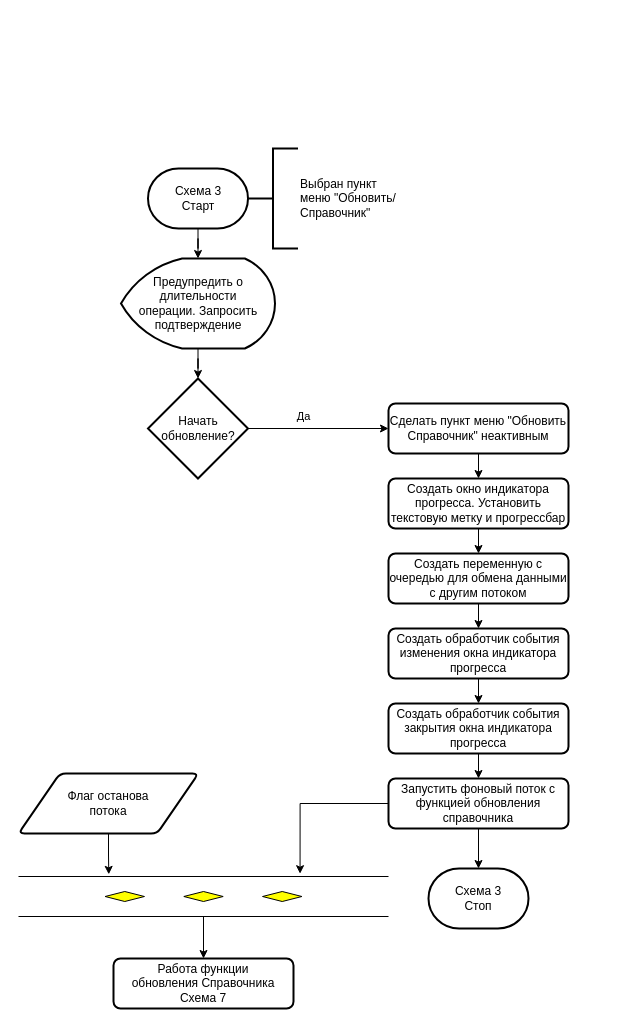
Above: Алгоритмы/crypto_total_upd_a.drawio in Alexandr-Pidkasisty/Diplom_work (draw.io), before the change. Source tidied: cells renumbered, new cells numbered last; positions are measured from the earlier drawing's top-left corner, leaving out a move shared by most shapes. Both pictures are drawn from the tidied source at 100%, with x=0, y=0 at pixel (18, 148).
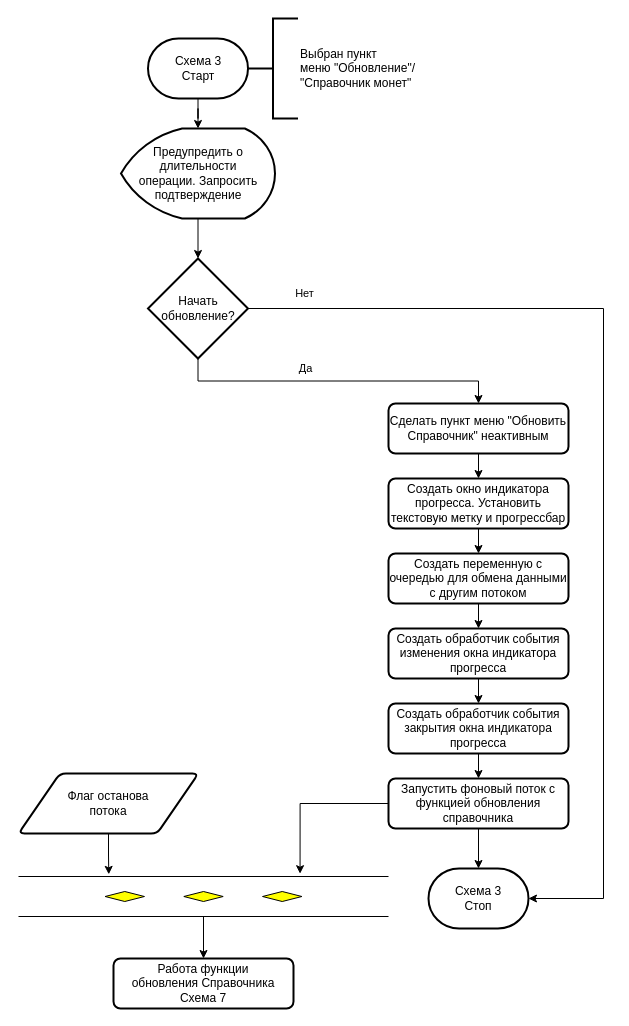
Above is the later version.

Unchanged cells that the change refers to:
```xml
<mxCell id="11" value="Сделать пункт меню &quot;Обновить Справочник&quot; неактивным" style="rounded=1;whiteSpace=wrap;html=1;absoluteArcSize=1;arcSize=14;strokeWidth=2;" parent="1" vertex="1">
  <mxGeometry x="370" y="255" width="180" height="50" as="geometry" />
</mxCell>
<mxCell id="24" value="Схема 3&lt;div&gt;Стоп&lt;/div&gt;" style="strokeWidth=2;html=1;shape=mxgraph.flowchart.terminator;whiteSpace=wrap;" parent="1" vertex="1">
  <mxGeometry x="410" y="720" width="100" height="60" as="geometry" />
</mxCell>
```

What changed in the source:
```diff
@@
     <mxCell id="3" value="Схема 3&lt;div&gt;Старт&lt;/div&gt;" style="strokeWidth=2;html=1;shape=mxgraph.flowchart.terminator;whiteSpace=wrap;" parent="1" vertex="1">
-      <mxGeometry x="129.5" y="20" width="100" height="60" as="geometry" />
+      <mxGeometry x="129.5" y="-110" width="100" height="60" as="geometry" />
     </mxCell>
-    <mxCell id="4" value="Выбран пункт&lt;div&gt;меню &quot;Обновить/&lt;/div&gt;&lt;div&gt;Справочник&quot;&lt;/div&gt;" style="strokeWidth=2;html=1;shape=mxgraph.flowchart.annotation_2;align=left;labelPosition=right;labelPerimeter=1;" parent="1" vertex="1">
-      <mxGeometry x="229.5" width="50" height="100" as="geometry" />
+    <mxCell id="4" value="Выбран пункт&lt;div&gt;меню &quot;Обновление&quot;/&lt;/div&gt;&lt;div&gt;&quot;Справочник монет&quot;&lt;/div&gt;" style="strokeWidth=2;html=1;shape=mxgraph.flowchart.annotation_2;align=left;labelPosition=right;labelPerimeter=1;" parent="1" vertex="1">
+      <mxGeometry x="229.5" y="-130" width="50" height="100" as="geometry" />
     </mxCell>
@@
     <mxCell id="6" value="Предупредить о длительности&lt;div&gt;операции. Запросить подтверждение&lt;/div&gt;" style="strokeWidth=2;html=1;shape=mxgraph.flowchart.display;whiteSpace=wrap;" parent="1" vertex="1">
-      <mxGeometry x="102.5" y="110" width="154" height="90" as="geometry" />
+      <mxGeometry x="102.5" y="-20" width="154" height="90" as="geometry" />
     </mxCell>
-    <mxCell id="7" style="edgeStyle=orthogonalEdgeStyle;rounded=0;jettySize=auto;html=1;defaultLabelBackgroundColor=page;" parent="1" edge="1" source="9" target="11">
+    <mxCell id="7" style="edgeStyle=orthogonalEdgeStyle;rounded=0;jettySize=auto;html=1;defaultLabelBackgroundColor=page;exitX=0.5;exitY=1;exitDx=0;exitDy=0;exitPerimeter=0;" parent="1" edge="1" source="9" target="11">
       <mxGeometry relative="1" as="geometry" />
     </mxCell>
@@
     <mxCell id="9" value="Начать обновление?" style="strokeWidth=2;html=1;shape=mxgraph.flowchart.decision;whiteSpace=wrap;" parent="1" vertex="1">
-      <mxGeometry x="129.5" y="230" width="100" height="100" as="geometry" />
+      <mxGeometry x="129.5" y="110" width="100" height="100" as="geometry" />
     </mxCell>
@@
+    <mxCell id="29" style="edgeStyle=orthogonalEdgeStyle;rounded=0;jettySize=auto;html=1;entryX=1;entryY=0.5;entryDx=0;entryDy=0;entryPerimeter=0;defaultLabelBackgroundColor=page;" parent="1" edge="1" source="9" target="24">
+      <mxGeometry relative="1" as="geometry">
+        <Array as="points">
+          <mxPoint x="585" y="160" />
+          <mxPoint x="585" y="750" />
+        </Array>
+      </mxGeometry>
+    </mxCell>
+    <mxCell id="30" value="Нет" style="edgeLabel;html=1;align=center;verticalAlign=middle;inheritText=1;defaultLabelBackgroundColor=page;" parent="29" vertex="1">
+      <mxGeometry x="-0.9" y="-4" relative="1" as="geometry">
+        <mxPoint x="5" y="-20" as="offset" />
+      </mxGeometry>
+    </mxCell>
```
